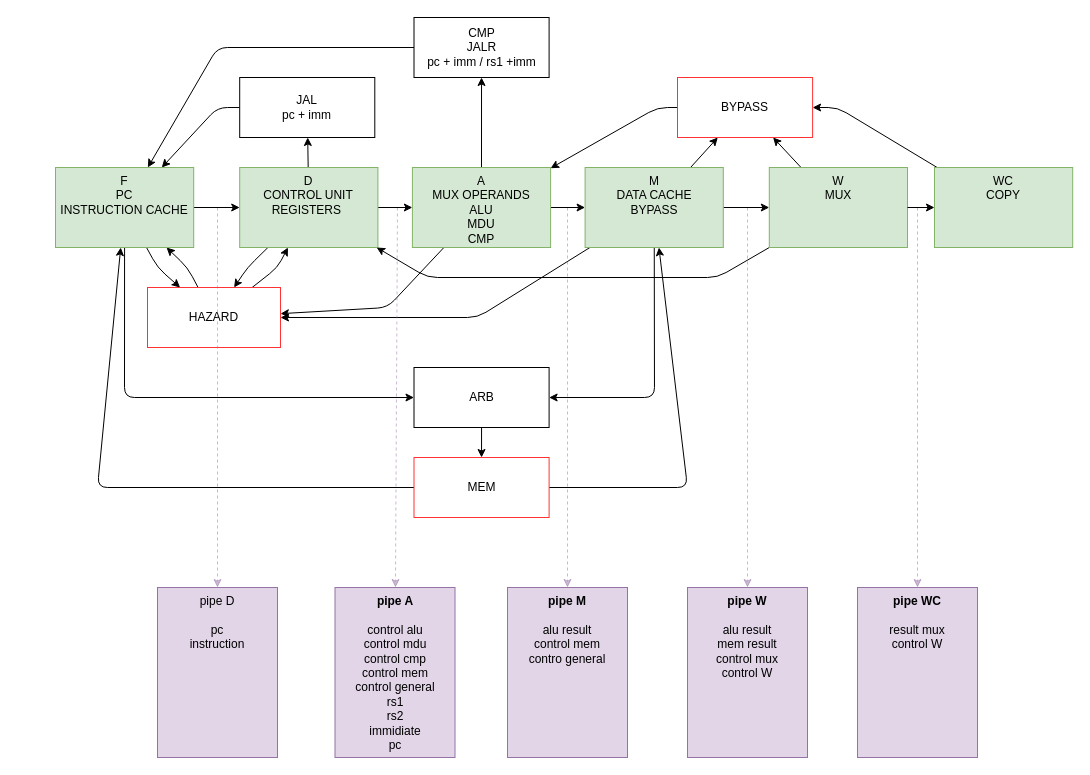
This is CBD/doc/pipeline.drawio from kenny2817/CaballoLoco_processor, a draw.io file, before an edit. Source tidied: cells renumbered, new cells numbered last; positions are measured from the earlier drawing's top-left corner, leaving out a move shared by most shapes. Both pictures are drawn from the tidied source at 100%, with x=0, y=0 at pixel (17, 17).
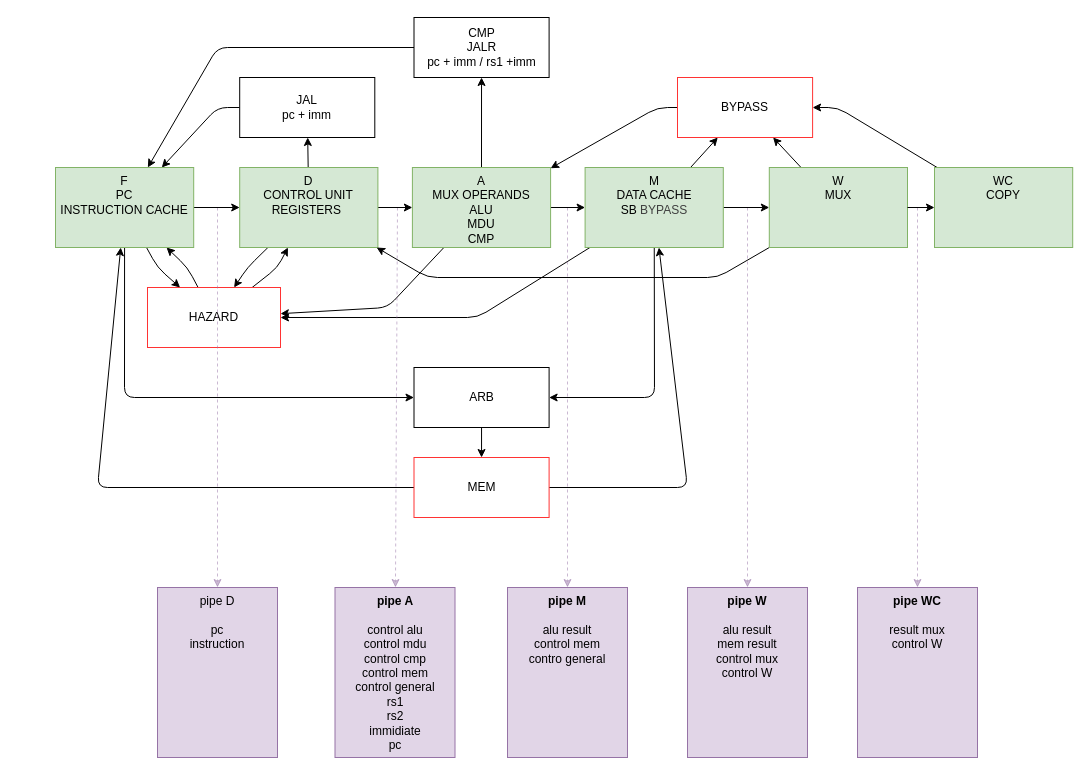
The same page after the edit.

The change refers to these unchanged cells:
```xml
<mxCell id="40" style="group;" parent="39" vertex="1">
  <mxGeometry x="38" width="852" height="80" as="geometry" />
</mxCell>
```

Change to the diagram source:
```diff
@@
-    <mxCell id="48" value="&lt;div&gt;M&lt;/div&gt;&lt;div&gt;DATA CACHE&lt;/div&gt;&lt;div&gt;BYPASS&lt;/div&gt;" style="whiteSpace=wrap;html=1;verticalAlign=top;fillColor=#d5e8d4;strokeColor=#82b366;" parent="40" vertex="1">
+    <mxCell id="48" value="&lt;div&gt;M&lt;/div&gt;&lt;div&gt;DATA CACHE&lt;/div&gt;&lt;div&gt;SB&amp;nbsp;&lt;span style=&quot;color: rgb(63, 63, 63); background-color: transparent;&quot;&gt;BYPASS&lt;/span&gt;&lt;/div&gt;" style="whiteSpace=wrap;html=1;verticalAlign=top;fillColor=#d5e8d4;strokeColor=#82b366;" parent="40" vertex="1">
       <mxGeometry x="529.6" width="138.2" height="80" as="geometry" />
     </mxCell>
```
